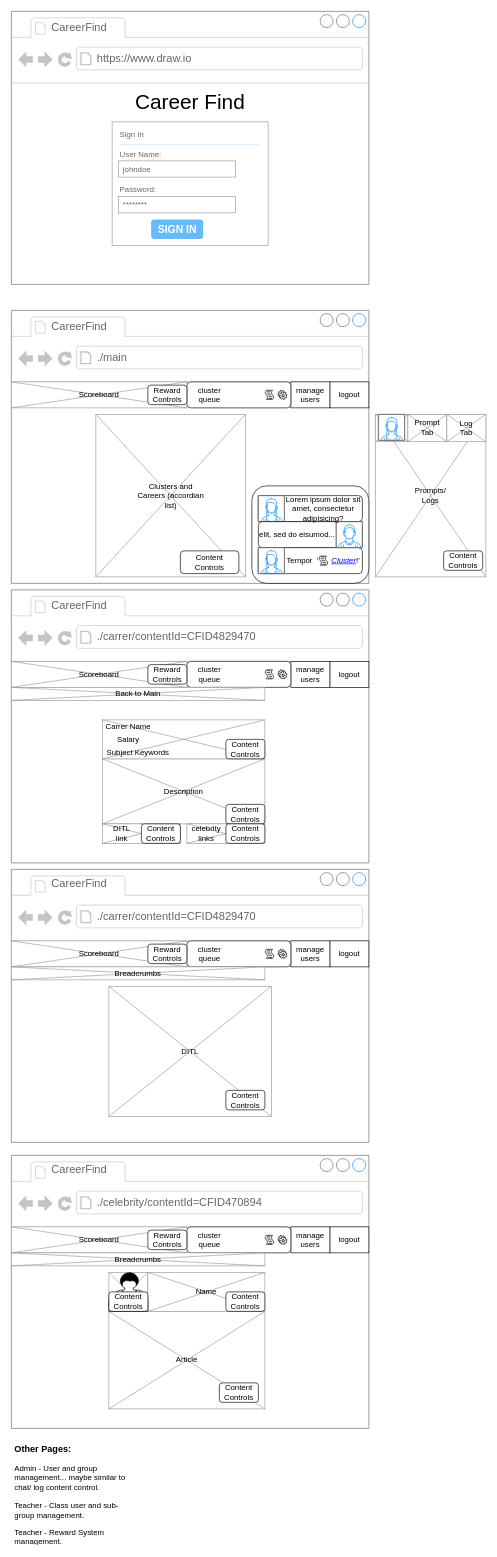
audiblePi/career-finder keeps this draw.io diagram as docs/uiSketches.drawio. Above is the earlier version. Source tidied: cells renumbered, new cells numbered last; positions are measured from the earlier drawing's top-left corner, leaving out a move shared by most shapes. Both pictures are drawn from the tidied source at 65%, with x=0, y=0 at pixel (11, 11).
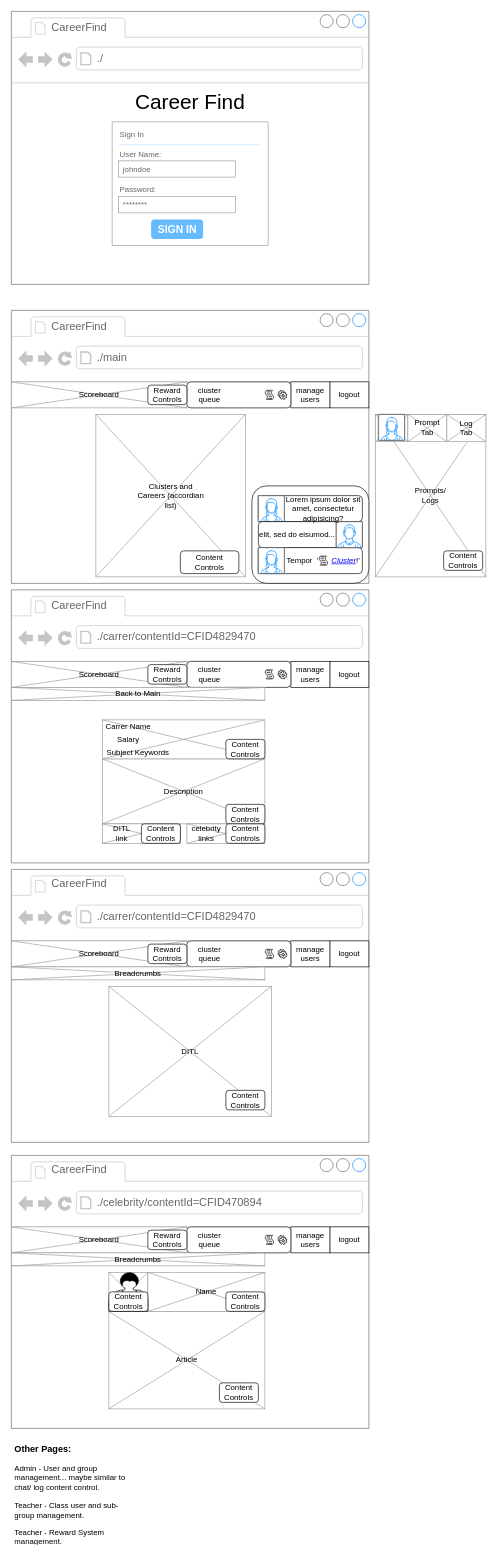
The same page after the edit.

The change refers to these unchanged cells:
```xml
<mxCell id="4" style="strokeWidth=1;shadow=0;dashed=0;align=center;html=1;shape=mxgraph.mockup.containers.browserWindow;rSize=0;strokeColor=#666666;strokeColor2=#008cff;strokeColor3=#c4c4c4;mainText=,;" parent="1" vertex="1">
  <mxGeometry width="550" height="420" as="geometry" />
</mxCell>
```

Change to the diagram source:
```diff
@@
-    <mxCell id="6" value="https://www.draw.io" style="strokeWidth=1;shadow=0;dashed=0;align=center;html=1;shape=mxgraph.mockup.containers.anchor;rSize=0;fontSize=17;fontColor=#666666;align=left;" parent="4" vertex="1">
+    <mxCell id="6" value="./" style="strokeWidth=1;shadow=0;dashed=0;align=center;html=1;shape=mxgraph.mockup.containers.anchor;rSize=0;fontSize=17;fontColor=#666666;align=left;" parent="4" vertex="1">
       <mxGeometry x="130" y="60" width="250" height="26" as="geometry" />
     </mxCell>
```
